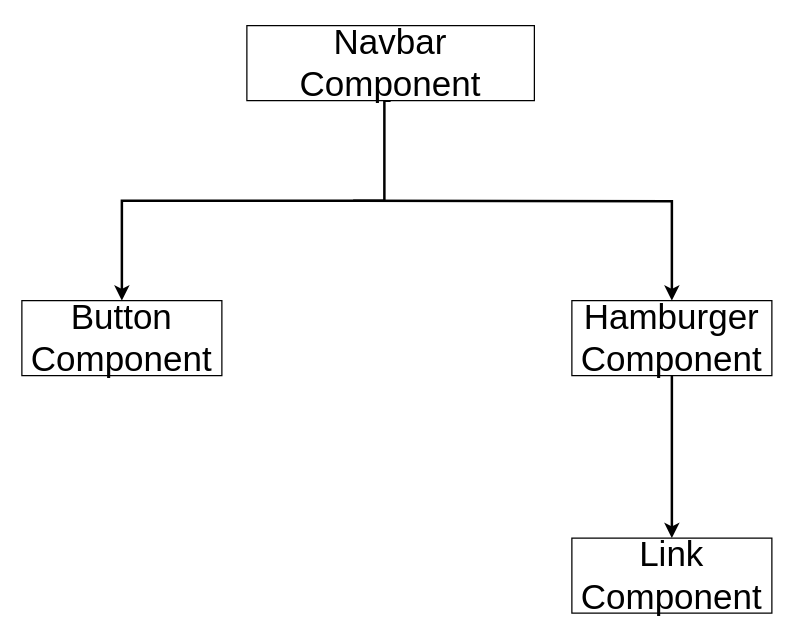
Above: page "Navbar Tree" (3 of 4) of diagrams/component-diagrams.drawio in sisackov/recipe-collections-react (draw.io), before the change. Source tidied: cells renumbered, new cells numbered last; positions are measured from the earlier drawing's top-left corner, leaving out a move shared by most shapes. Both pictures are drawn from the tidied source at 125%, with x=0, y=0 at pixel (21, 25).
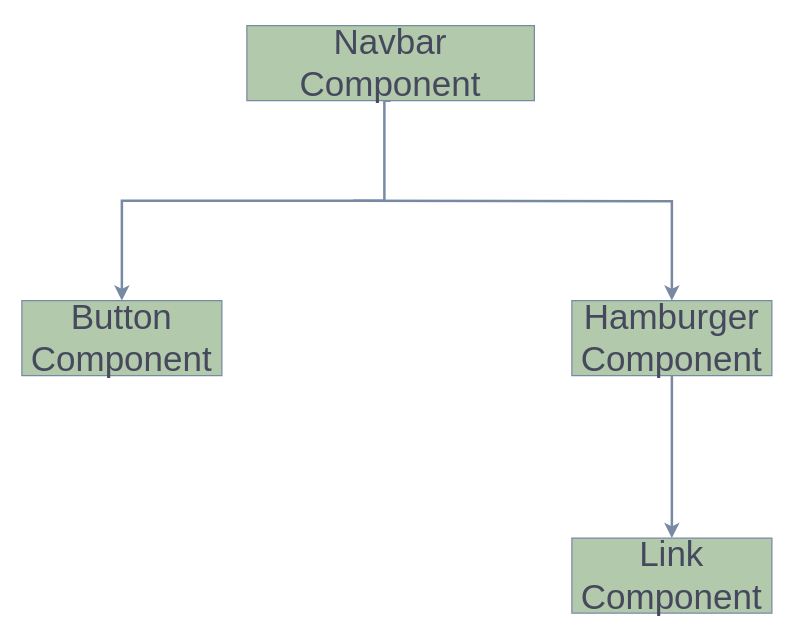
After the change.

What changed in the source:
```diff
@@
 <mxGraphModel>
   <root>
     <mxCell id="0" />
     <mxCell id="1" parent="0" />
-    <mxCell id="2" style="edgeStyle=orthogonalEdgeStyle;rounded=0;html=1;exitX=0.5;exitY=1;jettySize=auto;fontSize=28;strokeWidth=2;" parent="1" edge="1" target="6">
+    <mxCell id="2" style="edgeStyle=orthogonalEdgeStyle;rounded=0;html=1;exitX=0.5;exitY=1;jettySize=auto;fontSize=28;strokeWidth=2;strokeColor=#788AA3;fontColor=#46495D;" parent="1" edge="1" target="6">
       <mxGeometry relative="1" as="geometry">
         <mxPoint x="265" y="140" as="sourcePoint" />
       </mxGeometry>
     </mxCell>
-    <mxCell id="3" style="edgeStyle=orthogonalEdgeStyle;rounded=0;html=1;exitX=0.5;exitY=1;jettySize=auto;strokeWidth=2;fontSize=28;exitDx=0;exitDy=0;entryX=0.5;entryY=0;entryDx=0;entryDy=0;" parent="1" edge="1" source="4" target="7">
+    <mxCell id="3" style="edgeStyle=orthogonalEdgeStyle;rounded=0;html=1;exitX=0.5;exitY=1;jettySize=auto;strokeWidth=2;fontSize=28;exitDx=0;exitDy=0;entryX=0.5;entryY=0;entryDx=0;entryDy=0;strokeColor=#788AA3;fontColor=#46495D;" parent="1" edge="1" source="4" target="7">
       <mxGeometry relative="1" as="geometry">
         <Array as="points">
           <mxPoint x="290" y="60" />
           <mxPoint x="290" y="140" />
           <mxPoint x="80" y="140" />
         </Array>
       </mxGeometry>
     </mxCell>
-    <mxCell id="4" value="Navbar Component" style="rounded=0;whiteSpace=wrap;html=1;fontSize=28;align=center;" parent="1" vertex="1">
+    <mxCell id="4" value="Navbar Component" style="rounded=0;whiteSpace=wrap;html=1;fontSize=28;align=center;fillColor=#B2C9AB;strokeColor=#788AA3;fontColor=#46495D;" parent="1" vertex="1">
       <mxGeometry x="180" width="230" height="60" as="geometry" />
     </mxCell>
-    <mxCell id="5" style="edgeStyle=orthogonalEdgeStyle;rounded=0;jettySize=auto;html=1;entryX=0.5;entryY=0;entryDx=0;entryDy=0;strokeWidth=2;" parent="1" edge="1" source="6" target="8">
+    <mxCell id="5" style="edgeStyle=orthogonalEdgeStyle;rounded=0;jettySize=auto;html=1;entryX=0.5;entryY=0;entryDx=0;entryDy=0;strokeWidth=2;strokeColor=#788AA3;fontColor=#46495D;" parent="1" edge="1" source="6" target="8">
       <mxGeometry relative="1" as="geometry" />
     </mxCell>
-    <mxCell id="6" value="Hamburger Component" style="rounded=0;whiteSpace=wrap;html=1;fontSize=28;align=center;" parent="1" vertex="1">
+    <mxCell id="6" value="Hamburger Component" style="rounded=0;whiteSpace=wrap;html=1;fontSize=28;align=center;fillColor=#B2C9AB;strokeColor=#788AA3;fontColor=#46495D;" parent="1" vertex="1">
       <mxGeometry x="440" y="220" width="160" height="60" as="geometry" />
     </mxCell>
-    <mxCell id="7" value="Button Component" style="rounded=0;whiteSpace=wrap;html=1;fontSize=28;align=center;" parent="1" vertex="1">
+    <mxCell id="7" value="Button Component" style="rounded=0;whiteSpace=wrap;html=1;fontSize=28;align=center;fillColor=#B2C9AB;strokeColor=#788AA3;fontColor=#46495D;" parent="1" vertex="1">
       <mxGeometry y="220" width="160" height="60" as="geometry" />
     </mxCell>
-    <mxCell id="8" value="Link Component" style="rounded=0;whiteSpace=wrap;html=1;fontSize=28;align=center;" parent="1" vertex="1">
+    <mxCell id="8" value="Link Component" style="rounded=0;whiteSpace=wrap;html=1;fontSize=28;align=center;fillColor=#B2C9AB;strokeColor=#788AA3;fontColor=#46495D;" parent="1" vertex="1">
       <mxGeometry x="440" y="410" width="160" height="60" as="geometry" />
     </mxCell>
   </root>
 </mxGraphModel>
```
